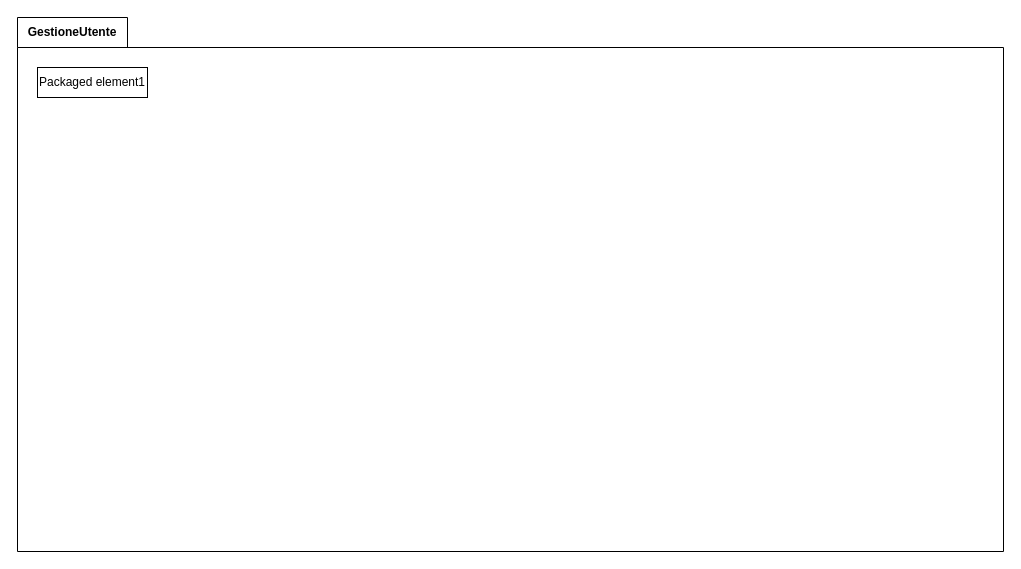
JosephBoom02/Progetto_Ingegneria_del_Software keeps this draw.io diagram as Diagrammi_Package/GestioneUtnte.drawio. Above is the earlier version. Source tidied: cells renumbered, new cells numbered last; positions are measured from the earlier drawing's top-left corner, leaving out a move shared by most shapes. Both pictures are drawn from the tidied source at 100%, with x=0, y=0 at pixel (17, 17).
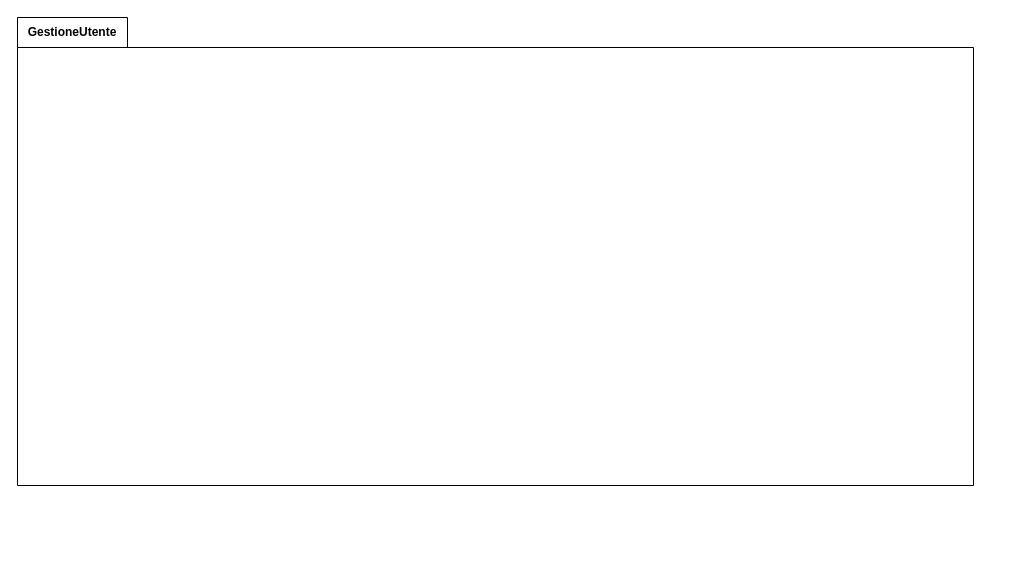
The same page after the edit.

Change to the diagram source:
```diff
@@
 <mxGraphModel>
   <root>
     <mxCell id="0" />
     <mxCell id="1" parent="0" />
     <mxCell id="2" value="GestioneUtente" style="shape=folder;fontStyle=1;tabWidth=110;tabHeight=30;tabPosition=left;html=1;boundedLbl=1;labelInHeader=1;whiteSpace=wrap;" parent="1" vertex="1">
-      <mxGeometry width="986" height="534" as="geometry" />
+      <mxGeometry width="956" height="468" as="geometry" />
     </mxCell>
-    <mxCell id="3" value="Packaged element1" style="html=1;whiteSpace=wrap;" parent="2" vertex="1">
-      <mxGeometry width="110" height="30" relative="1" as="geometry">
-        <mxPoint x="20" y="50" as="offset" />
-      </mxGeometry>
-    </mxCell>
+    <mxCell id="4" style="html=1;strokeColor=none;fillColor=none;whiteSpace=wrap;" parent="2" vertex="1">
+      <mxGeometry width="956" height="327.6" relative="1" as="geometry">
+        <mxPoint y="30" as="offset" />
+      </mxGeometry>
+    </mxCell>
   </root>
 </mxGraphModel>
```
